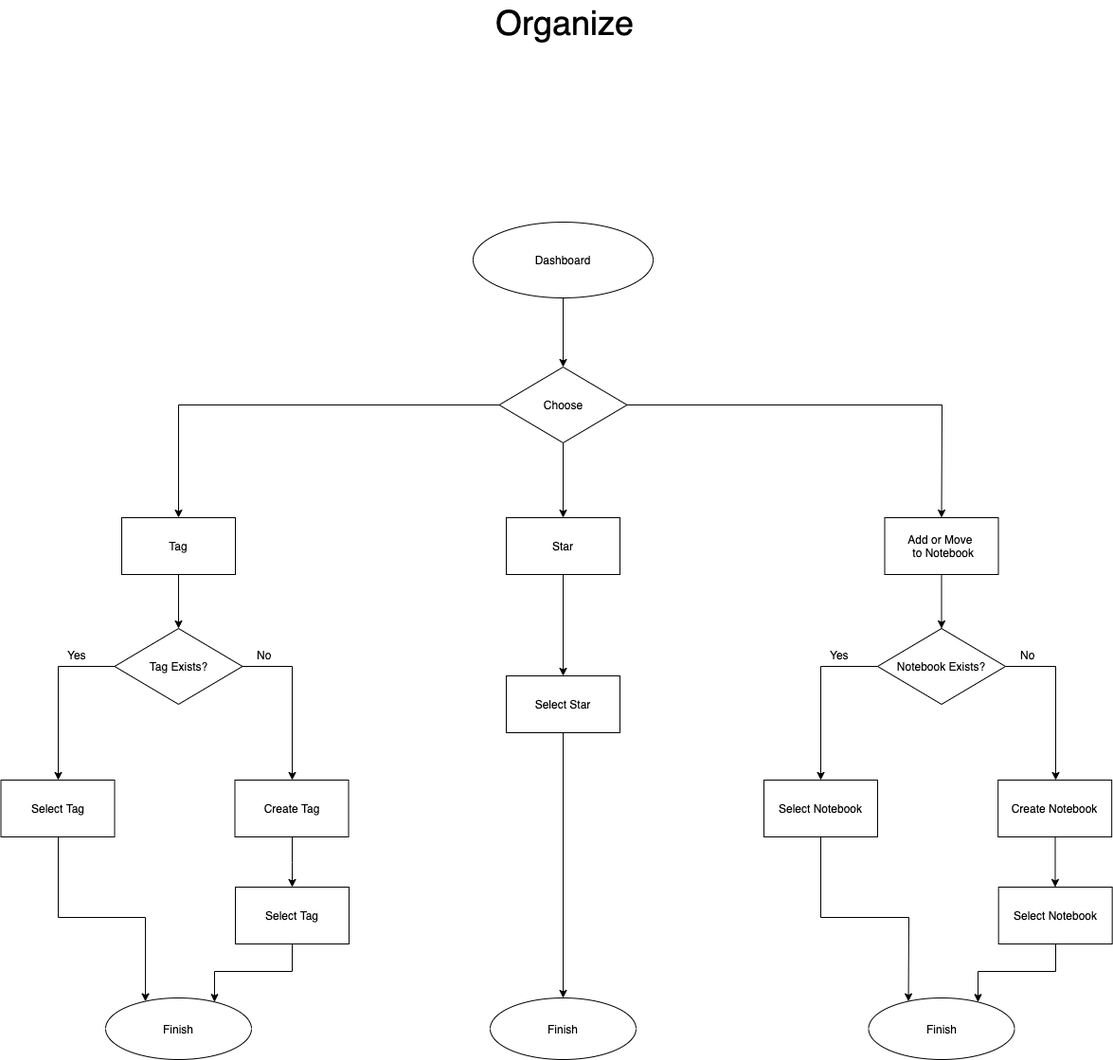
Before: images/00_ideaboard/UserFlows/UPDATED_ Organize Content.png, a diagram exported from draw.io (Tgitsit/Portfolio). Source tidied: cells renumbered, new cells last; positions are measured from the earlier drawing's top-left corner, leaving out a move shared by most shapes.
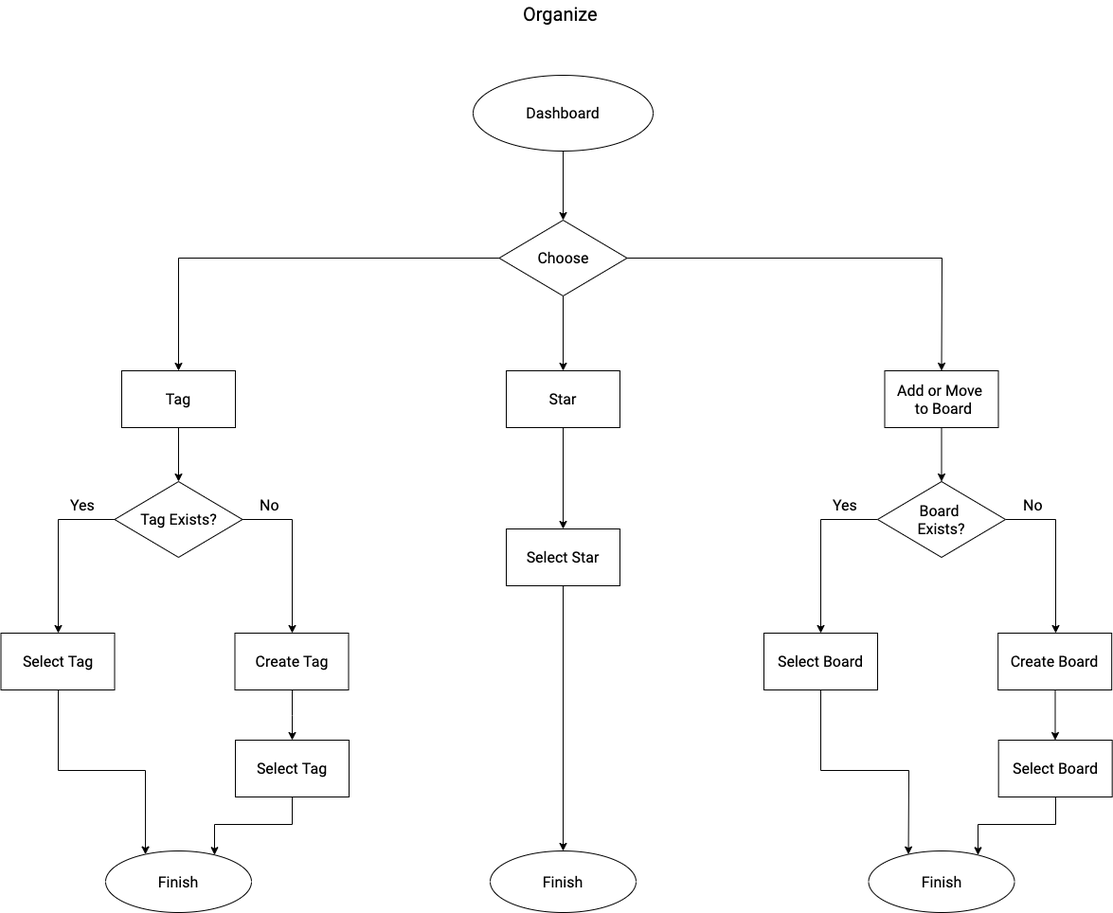
After the commit.

Diff of the diagram source:
```diff
@@ -2,71 +2,71 @@
   <root>
     <mxCell id="0" />
     <mxCell id="1" parent="0" />
-    <mxCell id="2" style="edgeStyle=orthogonalEdgeStyle;rounded=0;jettySize=auto;html=1;entryX=0.5;entryY=0;entryDx=0;entryDy=0;" parent="1" edge="1" source="3" target="8">
+    <mxCell id="2" style="edgeStyle=orthogonalEdgeStyle;rounded=0;jettySize=auto;html=1;entryX=0.5;entryY=0;entryDx=0;entryDy=0;fontFamily=Roboto;fontSize=16;" parent="1" edge="1" source="3" target="8">
       <mxGeometry relative="1" as="geometry" />
     </mxCell>
-    <mxCell id="3" value="Dashboard" style="ellipse;whiteSpace=wrap;html=1;" parent="1" vertex="1">
+    <mxCell id="3" value="Dashboard" style="ellipse;whiteSpace=wrap;html=1;fontFamily=Roboto;fontSize=16;" parent="1" vertex="1">
       <mxGeometry x="498" y="234" width="190" height="80" as="geometry" />
     </mxCell>
-    <mxCell id="4" value="Organize" style="text;html=1;align=left;verticalAlign=top;spacingTop=-4;fontSize=36;" parent="1" vertex="1">
-      <mxGeometry x="520" width="169" height="52" as="geometry" />
+    <mxCell id="4" value="Organize" style="text;html=1;align=left;verticalAlign=top;spacingTop=-4;fontSize=20;fontFamily=Roboto;" parent="1" vertex="1">
+      <mxGeometry x="549" y="155" width="104" height="26" as="geometry" />
     </mxCell>
-    <mxCell id="5" style="edgeStyle=orthogonalEdgeStyle;rounded=0;jettySize=auto;html=1;exitX=0.5;exitY=1;exitDx=0;exitDy=0;entryX=0.5;entryY=0;entryDx=0;entryDy=0;" parent="1" edge="1" source="8" target="12">
+    <mxCell id="5" style="edgeStyle=orthogonalEdgeStyle;rounded=0;jettySize=auto;html=1;exitX=0.5;exitY=1;exitDx=0;exitDy=0;entryX=0.5;entryY=0;entryDx=0;entryDy=0;fontFamily=Roboto;fontSize=16;" parent="1" edge="1" source="8" target="12">
       <mxGeometry relative="1" as="geometry" />
     </mxCell>
-    <mxCell id="6" style="edgeStyle=orthogonalEdgeStyle;rounded=0;jettySize=auto;html=1;exitX=0;exitY=0.5;exitDx=0;exitDy=0;entryX=0.5;entryY=0;entryDx=0;entryDy=0;" parent="1" edge="1" source="8" target="10">
+    <mxCell id="6" style="edgeStyle=orthogonalEdgeStyle;rounded=0;jettySize=auto;html=1;exitX=0;exitY=0.5;exitDx=0;exitDy=0;entryX=0.5;entryY=0;entryDx=0;entryDy=0;fontFamily=Roboto;fontSize=16;" parent="1" edge="1" source="8" target="10">
       <mxGeometry relative="1" as="geometry" />
     </mxCell>
-    <mxCell id="7" style="edgeStyle=orthogonalEdgeStyle;rounded=0;jettySize=auto;html=1;exitX=1;exitY=0.5;exitDx=0;exitDy=0;entryX=0.5;entryY=0;entryDx=0;entryDy=0;" parent="1" edge="1" source="8" target="26">
+    <mxCell id="7" style="edgeStyle=orthogonalEdgeStyle;rounded=0;jettySize=auto;html=1;exitX=1;exitY=0.5;exitDx=0;exitDy=0;entryX=0.5;entryY=0;entryDx=0;entryDy=0;fontFamily=Roboto;fontSize=16;" parent="1" edge="1" source="8" target="26">
       <mxGeometry relative="1" as="geometry" />
     </mxCell>
-    <mxCell id="8" value="Choose" style="rhombus;whiteSpace=wrap;html=1;" parent="1" vertex="1">
+    <mxCell id="8" value="Choose" style="rhombus;whiteSpace=wrap;html=1;fontFamily=Roboto;fontSize=16;" parent="1" vertex="1">
       <mxGeometry x="525.5" y="387" width="135" height="80" as="geometry" />
     </mxCell>
-    <mxCell id="9" style="edgeStyle=orthogonalEdgeStyle;rounded=0;jettySize=auto;html=1;entryX=0.5;entryY=0;entryDx=0;entryDy=0;" parent="1" edge="1" source="10" target="15">
+    <mxCell id="9" style="edgeStyle=orthogonalEdgeStyle;rounded=0;jettySize=auto;html=1;entryX=0.5;entryY=0;entryDx=0;entryDy=0;fontFamily=Roboto;fontSize=16;" parent="1" edge="1" source="10" target="15">
       <mxGeometry relative="1" as="geometry" />
     </mxCell>
-    <mxCell id="10" value="Tag" style="rounded=0;whiteSpace=wrap;html=1;" parent="1" vertex="1">
+    <mxCell id="10" value="Tag" style="rounded=0;whiteSpace=wrap;html=1;fontFamily=Roboto;fontSize=16;" parent="1" vertex="1">
       <mxGeometry x="127" y="546" width="120" height="60" as="geometry" />
     </mxCell>
-    <mxCell id="11" style="edgeStyle=orthogonalEdgeStyle;rounded=0;jettySize=auto;html=1;" parent="1" edge="1" source="12" target="40">
+    <mxCell id="11" style="edgeStyle=orthogonalEdgeStyle;rounded=0;jettySize=auto;html=1;fontFamily=Roboto;fontSize=16;" parent="1" edge="1" source="12" target="40">
       <mxGeometry relative="1" as="geometry" />
     </mxCell>
-    <mxCell id="12" value="Star" style="rounded=0;whiteSpace=wrap;html=1;" parent="1" vertex="1">
+    <mxCell id="12" value="Star" style="rounded=0;whiteSpace=wrap;html=1;fontFamily=Roboto;fontSize=16;" parent="1" vertex="1">
       <mxGeometry x="533" y="546" width="120" height="60" as="geometry" />
     </mxCell>
-    <mxCell id="13" style="edgeStyle=orthogonalEdgeStyle;rounded=0;jettySize=auto;html=1;exitX=0;exitY=0.5;exitDx=0;exitDy=0;" parent="1" edge="1" source="15" target="19">
+    <mxCell id="13" style="edgeStyle=orthogonalEdgeStyle;rounded=0;jettySize=auto;html=1;exitX=0;exitY=0.5;exitDx=0;exitDy=0;fontFamily=Roboto;fontSize=16;" parent="1" edge="1" source="15" target="19">
       <mxGeometry relative="1" as="geometry" />
     </mxCell>
-    <mxCell id="14" style="edgeStyle=orthogonalEdgeStyle;rounded=0;jettySize=auto;html=1;" parent="1" edge="1" source="15" target="21">
+    <mxCell id="14" style="edgeStyle=orthogonalEdgeStyle;rounded=0;jettySize=auto;html=1;fontFamily=Roboto;fontSize=16;" parent="1" edge="1" source="15" target="21">
       <mxGeometry relative="1" as="geometry">
         <Array as="points">
           <mxPoint x="307" y="703" />
         </Array>
       </mxGeometry>
     </mxCell>
-    <mxCell id="15" value="Tag Exists?" style="rhombus;whiteSpace=wrap;html=1;" parent="1" vertex="1">
+    <mxCell id="15" value="Tag Exists?" style="rhombus;whiteSpace=wrap;html=1;fontFamily=Roboto;fontSize=16;" parent="1" vertex="1">
       <mxGeometry x="119.5" y="663" width="135" height="80" as="geometry" />
     </mxCell>
-    <mxCell id="16" value="Yes" style="text;html=1;align=left;verticalAlign=top;spacingTop=-4;" parent="1" vertex="1">
-      <mxGeometry x="67.5" y="682" width="39" height="13" as="geometry" />
+    <mxCell id="16" value="Yes" style="text;html=1;align=left;verticalAlign=top;spacingTop=-4;fontFamily=Roboto;fontSize=16;" parent="1" vertex="1">
+      <mxGeometry x="70.5" y="676" width="52" height="26" as="geometry" />
     </mxCell>
-    <mxCell id="17" value="No" style="text;html=1;align=left;verticalAlign=top;spacingTop=-4;" parent="1" vertex="1">
-      <mxGeometry x="268" y="682" width="39" height="13" as="geometry" />
+    <mxCell id="17" value="No" style="text;html=1;align=left;verticalAlign=top;spacingTop=-4;fontFamily=Roboto;fontSize=16;" parent="1" vertex="1">
+      <mxGeometry x="271" y="676" width="39" height="26" as="geometry" />
     </mxCell>
-    <mxCell id="18" style="edgeStyle=orthogonalEdgeStyle;rounded=0;jettySize=auto;html=1;entryX=0.273;entryY=0.056;entryDx=0;entryDy=0;entryPerimeter=0;" parent="1" edge="1" source="19" target="24">
+    <mxCell id="18" style="edgeStyle=orthogonalEdgeStyle;rounded=0;jettySize=auto;html=1;entryX=0.273;entryY=0.056;entryDx=0;entryDy=0;entryPerimeter=0;fontFamily=Roboto;fontSize=16;" parent="1" edge="1" source="19" target="24">
       <mxGeometry relative="1" as="geometry" />
     </mxCell>
-    <mxCell id="19" value="Select Tag" style="rounded=0;whiteSpace=wrap;html=1;" parent="1" vertex="1">
+    <mxCell id="19" value="Select Tag" style="rounded=0;whiteSpace=wrap;html=1;fontFamily=Roboto;fontSize=16;" parent="1" vertex="1">
       <mxGeometry x="-0.5" y="823" width="120" height="60" as="geometry" />
     </mxCell>
-    <mxCell id="20" style="edgeStyle=orthogonalEdgeStyle;rounded=0;jettySize=auto;html=1;entryX=0.5;entryY=0;entryDx=0;entryDy=0;" parent="1" edge="1" source="21" target="23">
+    <mxCell id="20" style="edgeStyle=orthogonalEdgeStyle;rounded=0;jettySize=auto;html=1;entryX=0.5;entryY=0;entryDx=0;entryDy=0;fontFamily=Roboto;fontSize=16;" parent="1" edge="1" source="21" target="23">
       <mxGeometry relative="1" as="geometry" />
     </mxCell>
-    <mxCell id="21" value="Create Tag" style="rounded=0;whiteSpace=wrap;html=1;" parent="1" vertex="1">
+    <mxCell id="21" value="Create Tag" style="rounded=0;whiteSpace=wrap;html=1;fontFamily=Roboto;fontSize=16;" parent="1" vertex="1">
       <mxGeometry x="246.5" y="823" width="120" height="60" as="geometry" />
     </mxCell>
-    <mxCell id="22" style="edgeStyle=orthogonalEdgeStyle;rounded=0;jettySize=auto;html=1;" parent="1" edge="1" source="23" target="24">
+    <mxCell id="22" style="edgeStyle=orthogonalEdgeStyle;rounded=0;jettySize=auto;html=1;fontFamily=Roboto;fontSize=16;" parent="1" edge="1" source="23" target="24">
       <mxGeometry relative="1" as="geometry">
         <Array as="points">
           <mxPoint x="307" y="1025" />
@@ -74,22 +74,22 @@
         </Array>
       </mxGeometry>
     </mxCell>
-    <mxCell id="23" value="Select Tag" style="rounded=0;whiteSpace=wrap;html=1;" parent="1" vertex="1">
+    <mxCell id="23" value="Select Tag" style="rounded=0;whiteSpace=wrap;html=1;fontFamily=Roboto;fontSize=16;" parent="1" vertex="1">
       <mxGeometry x="247" y="936" width="120" height="60" as="geometry" />
     </mxCell>
-    <mxCell id="24" value="Finish" style="ellipse;whiteSpace=wrap;html=1;" parent="1" vertex="1">
+    <mxCell id="24" value="Finish" style="ellipse;whiteSpace=wrap;html=1;fontFamily=Roboto;fontSize=16;" parent="1" vertex="1">
       <mxGeometry x="110" y="1053" width="154" height="65" as="geometry" />
     </mxCell>
-    <mxCell id="25" style="edgeStyle=orthogonalEdgeStyle;rounded=0;jettySize=auto;html=1;entryX=0.5;entryY=0;entryDx=0;entryDy=0;" parent="1" edge="1" source="26" target="29">
+    <mxCell id="25" style="edgeStyle=orthogonalEdgeStyle;rounded=0;jettySize=auto;html=1;entryX=0.5;entryY=0;entryDx=0;entryDy=0;fontFamily=Roboto;fontSize=16;" parent="1" edge="1" source="26" target="29">
       <mxGeometry relative="1" as="geometry" />
     </mxCell>
-    <mxCell id="26" value="Add or Move&amp;nbsp;&lt;br&gt;&amp;nbsp;to Notebook" style="rounded=0;whiteSpace=wrap;html=1;" parent="1" vertex="1">
+    <mxCell id="26" value="Add or Move&amp;nbsp;&lt;br style=&quot;font-size: 16px&quot;&gt;&amp;nbsp;to Board" style="rounded=0;whiteSpace=wrap;html=1;fontFamily=Roboto;fontSize=16;" parent="1" vertex="1">
       <mxGeometry x="932.5" y="546" width="120" height="60" as="geometry" />
     </mxCell>
-    <mxCell id="27" style="edgeStyle=orthogonalEdgeStyle;rounded=0;jettySize=auto;html=1;exitX=0;exitY=0.5;exitDx=0;exitDy=0;" parent="1" edge="1" source="29" target="33">
+    <mxCell id="27" style="edgeStyle=orthogonalEdgeStyle;rounded=0;jettySize=auto;html=1;exitX=0;exitY=0.5;exitDx=0;exitDy=0;fontFamily=Roboto;fontSize=16;" parent="1" edge="1" source="29" target="33">
       <mxGeometry relative="1" as="geometry" />
     </mxCell>
-    <mxCell id="28" style="edgeStyle=orthogonalEdgeStyle;rounded=0;jettySize=auto;html=1;" parent="1" edge="1" source="29">
+    <mxCell id="28" style="edgeStyle=orthogonalEdgeStyle;rounded=0;jettySize=auto;html=1;fontFamily=Roboto;fontSize=16;" parent="1" edge="1" source="29">
       <mxGeometry relative="1" as="geometry">
         <mxPoint x="1112.5" y="823" as="targetPoint" />
         <Array as="points">
@@ -97,28 +97,28 @@
         </Array>
       </mxGeometry>
     </mxCell>
-    <mxCell id="29" value="Notebook Exists?" style="rhombus;whiteSpace=wrap;html=1;" parent="1" vertex="1">
+    <mxCell id="29" value="Board&amp;nbsp;&lt;br&gt;Exists?" style="rhombus;whiteSpace=wrap;html=1;fontFamily=Roboto;fontSize=16;" parent="1" vertex="1">
       <mxGeometry x="925" y="663" width="135" height="80" as="geometry" />
     </mxCell>
-    <mxCell id="30" value="Yes" style="text;html=1;align=left;verticalAlign=top;spacingTop=-4;" parent="1" vertex="1">
-      <mxGeometry x="873" y="682" width="39" height="13" as="geometry" />
+    <mxCell id="30" value="Yes" style="text;html=1;align=left;verticalAlign=top;spacingTop=-4;fontFamily=Roboto;fontSize=16;" parent="1" vertex="1">
+      <mxGeometry x="876" y="676" width="52" height="26" as="geometry" />
     </mxCell>
-    <mxCell id="31" value="No" style="text;html=1;align=left;verticalAlign=top;spacingTop=-4;" parent="1" vertex="1">
-      <mxGeometry x="1073.5" y="682" width="39" height="13" as="geometry" />
+    <mxCell id="31" value="No" style="text;html=1;align=left;verticalAlign=top;spacingTop=-4;fontFamily=Roboto;fontSize=16;" parent="1" vertex="1">
+      <mxGeometry x="1076.5" y="676" width="39" height="26" as="geometry" />
     </mxCell>
-    <mxCell id="32" style="edgeStyle=orthogonalEdgeStyle;rounded=0;jettySize=auto;html=1;entryX=0.273;entryY=0.056;entryDx=0;entryDy=0;entryPerimeter=0;" parent="1" edge="1" source="33" target="36">
+    <mxCell id="32" style="edgeStyle=orthogonalEdgeStyle;rounded=0;jettySize=auto;html=1;entryX=0.273;entryY=0.056;entryDx=0;entryDy=0;entryPerimeter=0;fontFamily=Roboto;fontSize=16;" parent="1" edge="1" source="33" target="36">
       <mxGeometry relative="1" as="geometry" />
     </mxCell>
-    <mxCell id="33" value="Select Notebook" style="rounded=0;whiteSpace=wrap;html=1;" parent="1" vertex="1">
+    <mxCell id="33" value="Select Board" style="rounded=0;whiteSpace=wrap;html=1;fontFamily=Roboto;fontSize=16;" parent="1" vertex="1">
       <mxGeometry x="805" y="823" width="120" height="60" as="geometry" />
     </mxCell>
-    <mxCell id="34" style="edgeStyle=orthogonalEdgeStyle;rounded=0;orthogonalLoop=1;jettySize=auto;html=1;entryX=0.5;entryY=0;entryDx=0;entryDy=0;" parent="1" edge="1">
+    <mxCell id="34" style="edgeStyle=orthogonalEdgeStyle;rounded=0;orthogonalLoop=1;jettySize=auto;html=1;entryX=0.5;entryY=0;entryDx=0;entryDy=0;fontFamily=Roboto;fontSize=16;" parent="1" edge="1">
       <mxGeometry relative="1" as="geometry">
         <mxPoint x="1112.5" y="883" as="sourcePoint" />
         <mxPoint x="1112.5" y="936" as="targetPoint" />
       </mxGeometry>
     </mxCell>
-    <mxCell id="35" style="edgeStyle=orthogonalEdgeStyle;rounded=0;jettySize=auto;html=1;" parent="1" edge="1" target="36">
+    <mxCell id="35" style="edgeStyle=orthogonalEdgeStyle;rounded=0;jettySize=auto;html=1;fontFamily=Roboto;fontSize=16;" parent="1" edge="1" target="36">
       <mxGeometry relative="1" as="geometry">
         <mxPoint x="1112.5" y="996" as="sourcePoint" />
         <Array as="points">
@@ -127,22 +127,22 @@
         </Array>
       </mxGeometry>
     </mxCell>
-    <mxCell id="36" value="Finish" style="ellipse;whiteSpace=wrap;html=1;" parent="1" vertex="1">
+    <mxCell id="36" value="Finish" style="ellipse;whiteSpace=wrap;html=1;fontFamily=Roboto;fontSize=16;" parent="1" vertex="1">
       <mxGeometry x="915.5" y="1053" width="154" height="65" as="geometry" />
     </mxCell>
-    <mxCell id="37" value="Create Notebook" style="rounded=0;whiteSpace=wrap;html=1;" parent="1" vertex="1">
+    <mxCell id="37" value="Create Board" style="rounded=0;whiteSpace=wrap;html=1;fontFamily=Roboto;fontSize=16;" parent="1" vertex="1">
       <mxGeometry x="1052.2" y="823" width="120" height="60" as="geometry" />
     </mxCell>
-    <mxCell id="38" value="Select Notebook" style="rounded=0;whiteSpace=wrap;html=1;" parent="1" vertex="1">
+    <mxCell id="38" value="Select Board" style="rounded=0;whiteSpace=wrap;html=1;fontFamily=Roboto;fontSize=16;" parent="1" vertex="1">
       <mxGeometry x="1052.7" y="936" width="120" height="60" as="geometry" />
     </mxCell>
-    <mxCell id="39" style="edgeStyle=orthogonalEdgeStyle;rounded=0;jettySize=auto;html=1;" parent="1" edge="1" source="40" target="41">
+    <mxCell id="39" style="edgeStyle=orthogonalEdgeStyle;rounded=0;jettySize=auto;html=1;fontFamily=Roboto;fontSize=16;" parent="1" edge="1" source="40" target="41">
       <mxGeometry relative="1" as="geometry" />
     </mxCell>
-    <mxCell id="40" value="Select Star" style="rounded=0;whiteSpace=wrap;html=1;" parent="1" vertex="1">
+    <mxCell id="40" value="Select Star" style="rounded=0;whiteSpace=wrap;html=1;fontFamily=Roboto;fontSize=16;" parent="1" vertex="1">
       <mxGeometry x="533" y="713" width="120" height="60" as="geometry" />
     </mxCell>
-    <mxCell id="41" value="Finish" style="ellipse;whiteSpace=wrap;html=1;" parent="1" vertex="1">
+    <mxCell id="41" value="Finish" style="ellipse;whiteSpace=wrap;html=1;fontFamily=Roboto;fontSize=16;" parent="1" vertex="1">
       <mxGeometry x="516" y="1053" width="154" height="65" as="geometry" />
     </mxCell>
   </root>
```
